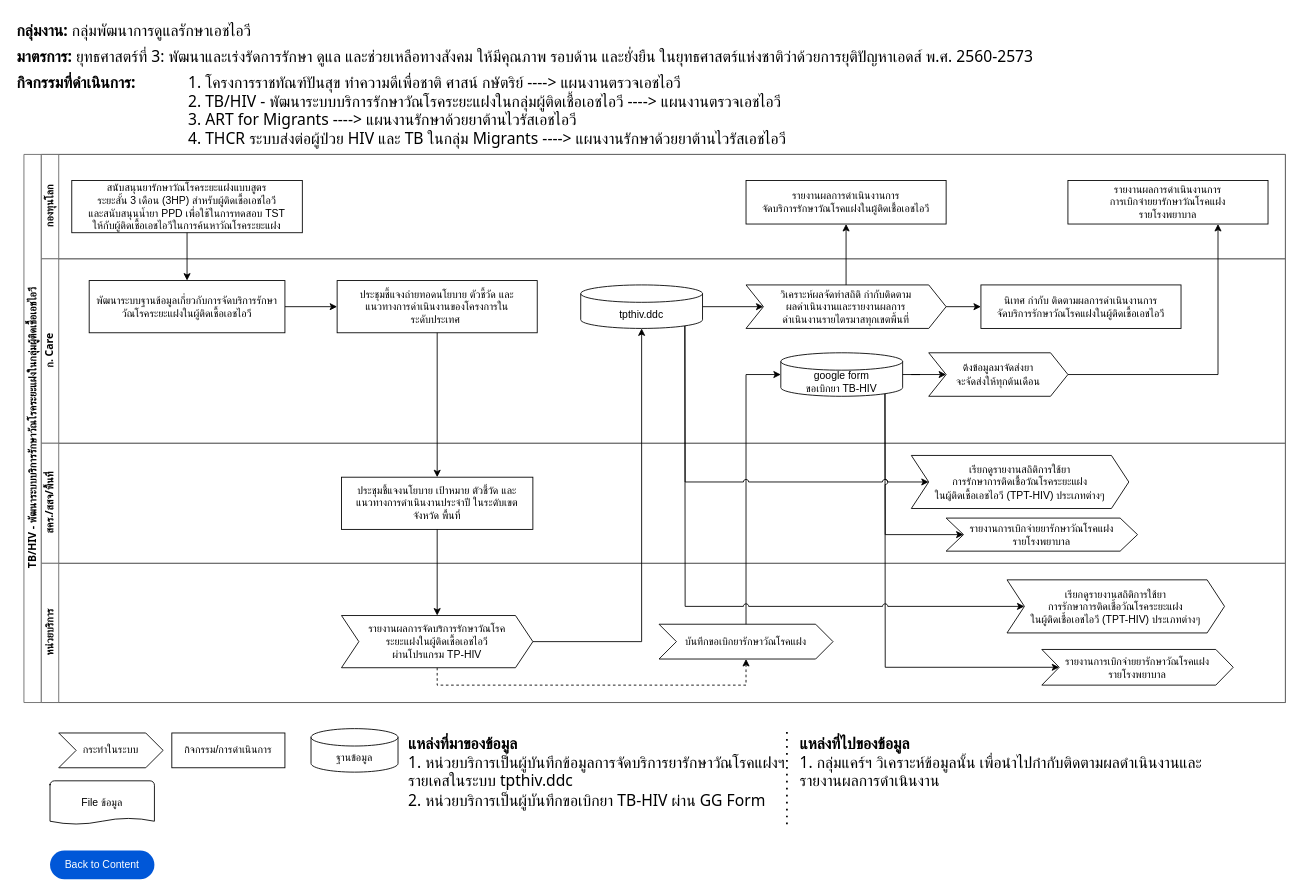
anun311/regist keeps this draw.io diagram as page "TB/HIV" (10 of 25) of HIVs Work-Data Diagram.drawio. Above is the earlier version. Source tidied: cells renumbered, new cells numbered last; positions are measured from the earlier drawing's top-left corner, leaving out a move shared by most shapes. Both pictures are drawn from the tidied source at 87%, with x=0, y=0 at pixel (15, 15).
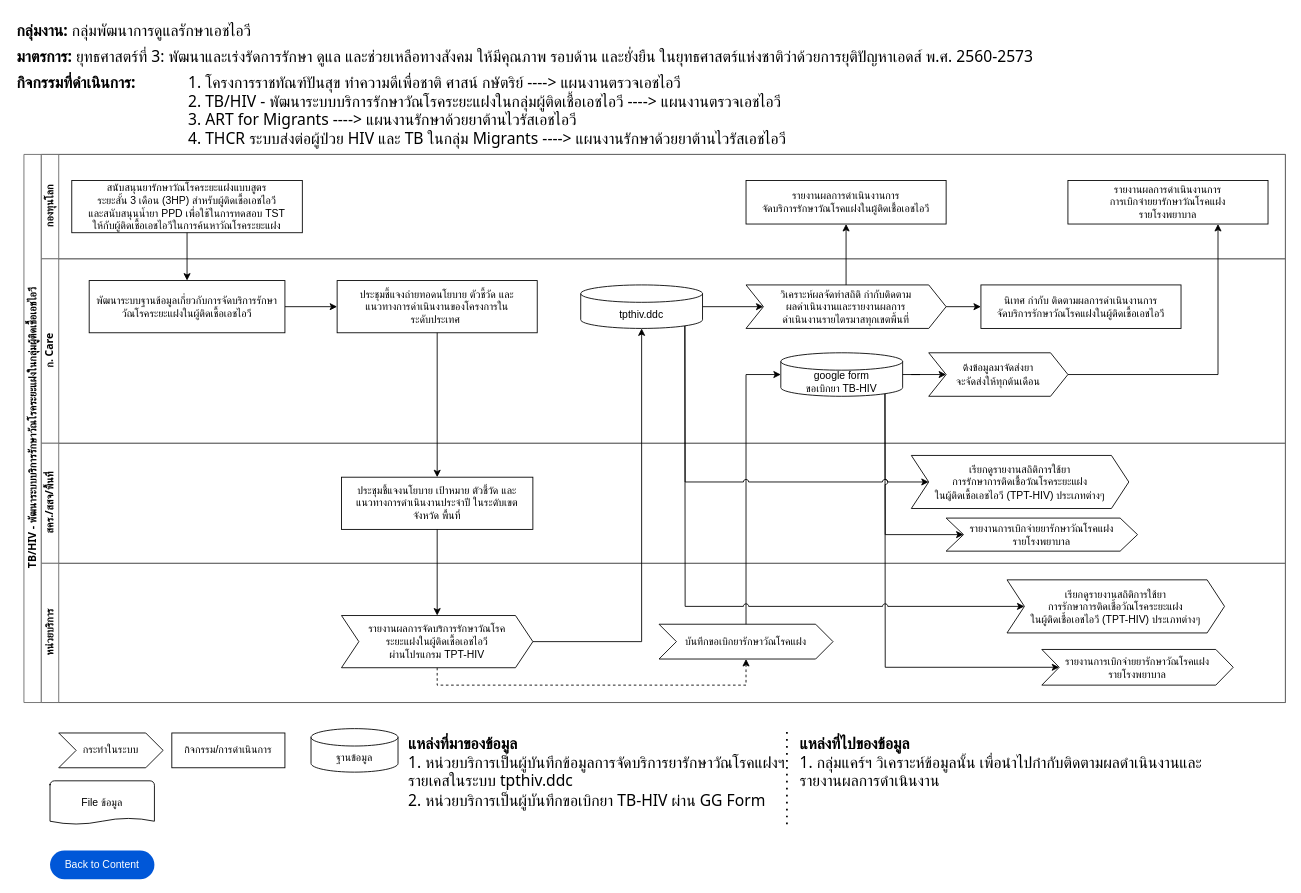
The same diagram, later.

Unchanged cells that the change refers to:
```xml
<mxCell id="22" value="หน่วยบริการ" style="swimlane;html=1;startSize=20;horizontal=0;fontFamily=Tahoma;strokeColor=#666666;" parent="2" vertex="1">
  <mxGeometry x="20" y="470" width="1430" height="160" as="geometry" />
</mxCell>
```

Diff of the diagram source:
```diff
@@
-    <mxCell id="24" value="รายงานผลการจัดบริการรักษาวัณโรค&lt;br&gt;ระยะแฝงในผู้ติดเชื้อเอชไอวี&lt;br&gt;ผ่านโปรแกรม TP-HIV" style="shape=step;perimeter=stepPerimeter;whiteSpace=wrap;html=1;fixedSize=1;" parent="22" vertex="1">
+    <mxCell id="24" value="รายงานผลการจัดบริการรักษาวัณโรค&lt;br&gt;ระยะแฝงในผู้ติดเชื้อเอชไอวี&lt;br&gt;ผ่านโปรแกรม TPT-HIV" style="shape=step;perimeter=stepPerimeter;whiteSpace=wrap;html=1;fixedSize=1;" parent="22" vertex="1">
       <mxGeometry x="345" y="60" width="220" height="60" as="geometry" />
     </mxCell>
```
